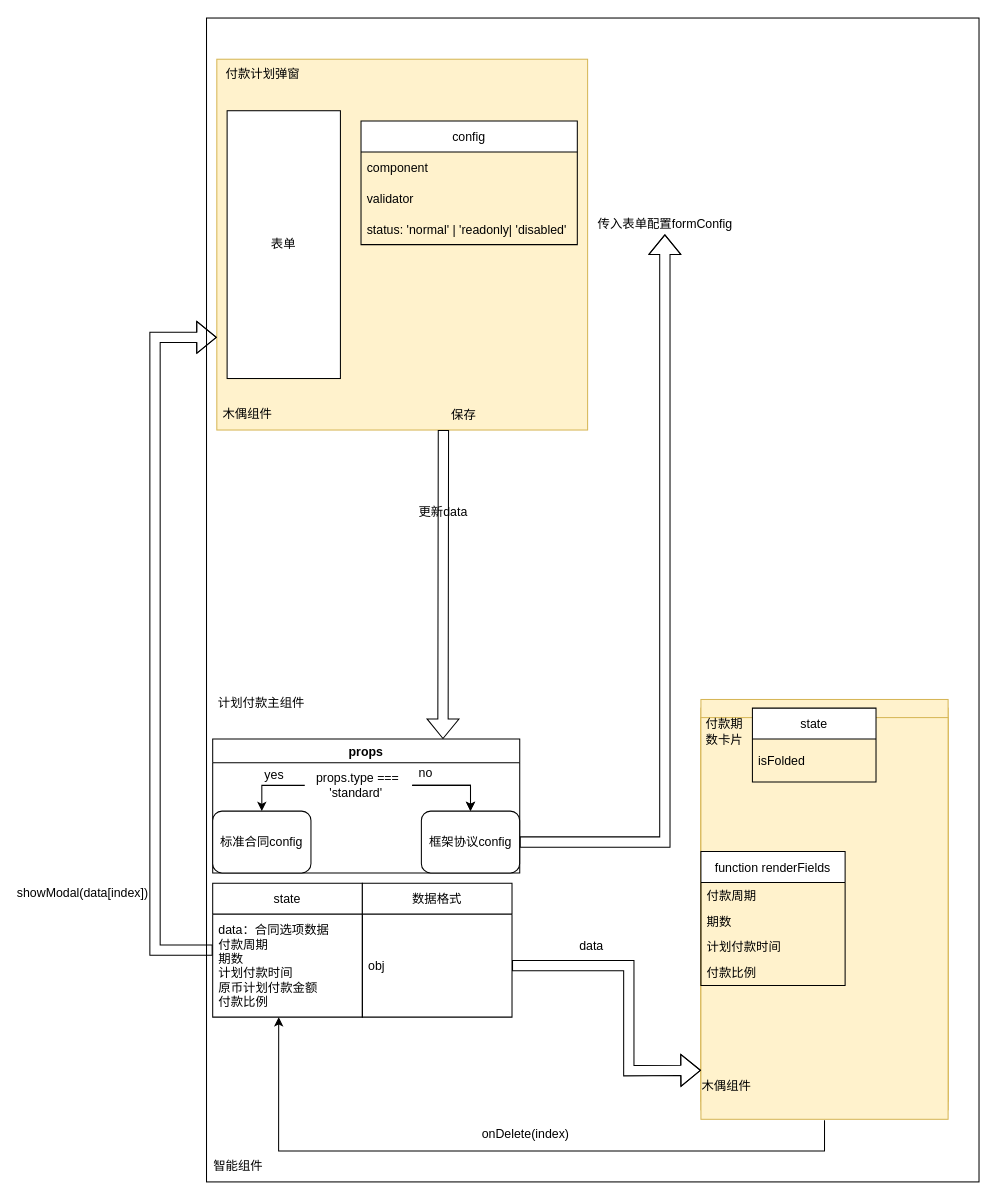
The draw.io diagram Untitled Diagram.drawio in littlelady2015/yctea, before the edit. Source tidied: cells renumbered, new cells numbered last; positions are measured from the earlier drawing's top-left corner, leaving out a move shared by most shapes. Both pictures are drawn from the tidied source at 103%, with x=0, y=0 at pixel (52, 18).
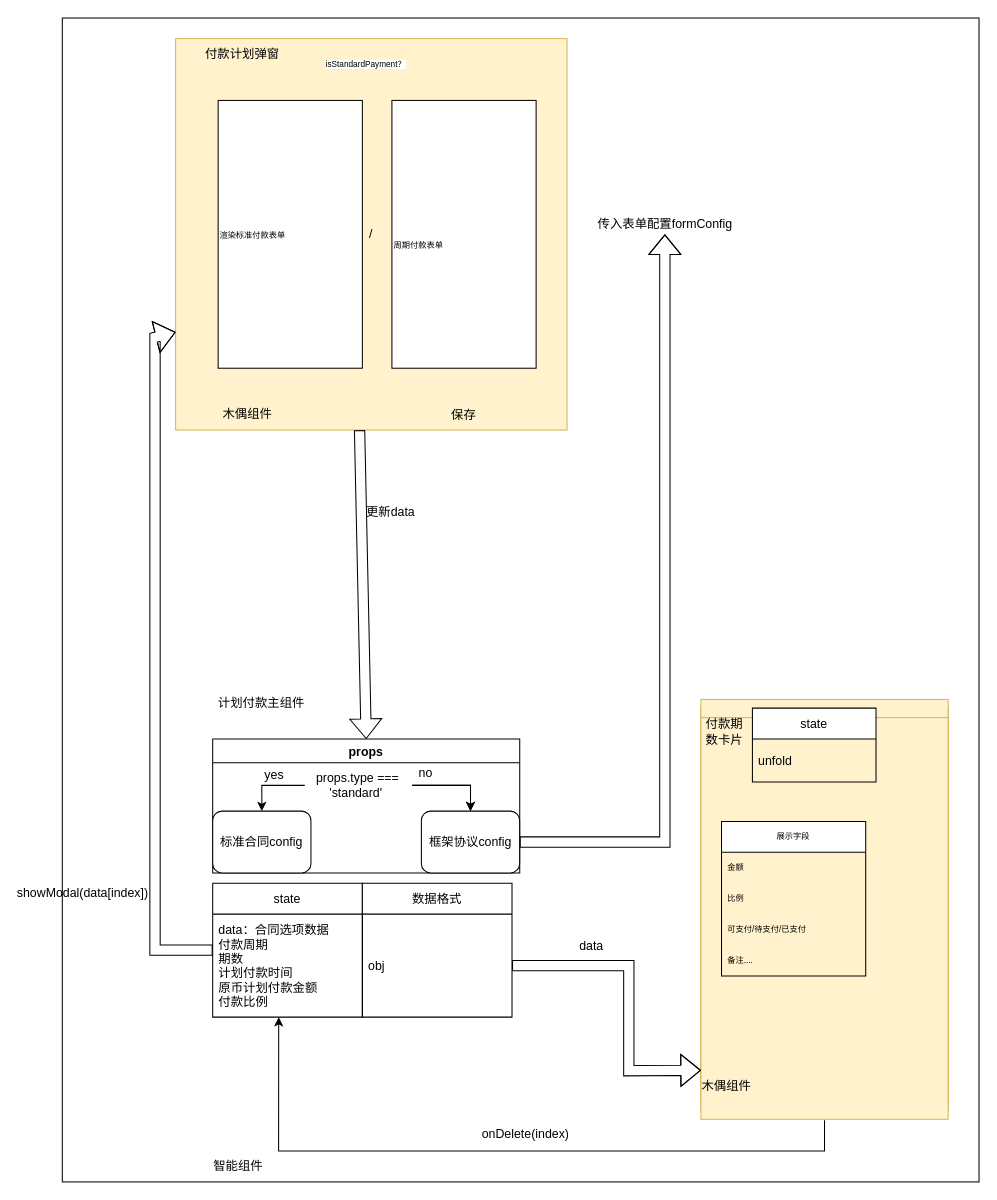
Above is the later version.

The change refers to these unchanged cells:
```xml
<mxCell id="15" style="group;fillColor=#fff2cc;strokeColor=#d6b656;" parent="14" vertex="1">
  <mxGeometry y="-8.4" width="240" height="390" as="geometry" />
</mxCell>
<mxCell id="23" value="state" style="swimlane;fontStyle=0;horizontal=1;startSize=30;" parent="15" vertex="1">
  <mxGeometry x="50" y="8.4" width="120" height="71.8" as="geometry" />
</mxCell>
<mxCell id="30" value="props" style="swimlane;" parent="1" vertex="1">
  <mxGeometry x="156" y="700" width="298.1" height="130" as="geometry" />
</mxCell>
```

Change to the diagram source:
```diff
@@
     <mxCell id="2" style="rounded=0;whiteSpace=wrap;html=1;fontColor=default;" parent="1" vertex="1">
-      <mxGeometry x="150" width="750" height="1130" as="geometry" />
+      <mxGeometry x="10" width="890" height="1130" as="geometry" />
     </mxCell>
-    <mxCell id="3" style="whiteSpace=wrap;html=1;fillColor=#fff2cc;strokeColor=#d6b656;" parent="1" vertex="1">
-      <mxGeometry x="160" y="40" width="360" height="360" as="geometry" />
+    <mxCell id="3" value="/" style="whiteSpace=wrap;html=1;fillColor=#fff2cc;strokeColor=#d6b656;" parent="1" vertex="1">
+      <mxGeometry x="120" y="20" width="380" height="380" as="geometry" />
     </mxCell>
     <mxCell id="4" value="付款计划弹窗" style="text;html=1;strokeColor=none;fillColor=none;align=center;verticalAlign=middle;whiteSpace=wrap;rounded=0;" parent="1" vertex="1">
-      <mxGeometry x="160" y="40" width="90" height="30" as="geometry" />
+      <mxGeometry x="140" y="20" width="90" height="30" as="geometry" />
     </mxCell>
@@
-    <mxCell id="6" value="config" style="swimlane;fontStyle=0;horizontal=1;startSize=30;" parent="1" vertex="1">
-      <mxGeometry x="300" y="100" width="210" height="120" as="geometry" />
-    </mxCell>
-    <mxCell id="7" value="component" style="text;strokeColor=none;fillColor=none;align=left;verticalAlign=middle;spacingLeft=4;spacingRight=4;overflow=hidden;" parent="6" vertex="1">
-      <mxGeometry y="30" width="210" height="30" as="geometry" />
-    </mxCell>
-    <mxCell id="8" value="validator" style="text;strokeColor=none;fillColor=none;align=left;verticalAlign=middle;spacingLeft=4;spacingRight=4;overflow=hidden;" parent="6" vertex="1">
-      <mxGeometry y="60" width="210" height="30" as="geometry" />
-    </mxCell>
-    <mxCell id="9" value="status: 'normal' | 'readonly| 'disabled'" style="text;strokeColor=none;fillColor=none;align=left;verticalAlign=middle;spacingLeft=4;spacingRight=4;overflow=hidden;" parent="6" vertex="1">
-      <mxGeometry y="90" width="210" height="30" as="geometry" />
-    </mxCell>
@@
     <mxCell id="11" value="更新data" style="text;html=1;strokeColor=none;fillColor=none;align=center;verticalAlign=middle;whiteSpace=wrap;rounded=0;" parent="1" vertex="1">
-      <mxGeometry x="350" y="400" width="60" height="160" as="geometry" />
+      <mxGeometry x="298.6" y="400" width="60" height="160" as="geometry" />
     </mxCell>
-    <mxCell id="12" value="表单" style="rounded=0;whiteSpace=wrap;html=1;" parent="1" vertex="1">
-      <mxGeometry x="170" y="90" width="110" height="260" as="geometry" />
+    <mxCell id="12" value="&lt;div style=&quot;line-height: 18px&quot;&gt;&lt;font style=&quot;font-size: 8px ; background-color: rgb(255 , 255 , 255)&quot;&gt;渲染标准付款表单&lt;/font&gt;&lt;/div&gt;" style="rounded=0;whiteSpace=wrap;html=1;align=left;" parent="1" vertex="1">
+      <mxGeometry x="161.3" y="80" width="140" height="260" as="geometry" />
     </mxCell>
@@
-    <mxCell id="18" value="function renderFields" style="swimlane;fontStyle=0;horizontal=1;startSize=30;" parent="15" vertex="1">
-      <mxGeometry y="147.6" width="140" height="130" as="geometry" />
-    </mxCell>
-    <mxCell id="19" value="付款周期" style="text;strokeColor=none;fillColor=none;align=left;verticalAlign=middle;spacingLeft=4;spacingRight=4;overflow=hidden;" parent="18" vertex="1">
-      <mxGeometry y="30" width="140" height="26" as="geometry" />
-    </mxCell>
-    <mxCell id="20" value="期数" style="text;strokeColor=none;fillColor=none;align=left;verticalAlign=middle;spacingLeft=4;spacingRight=4;overflow=hidden;" parent="18" vertex="1">
-      <mxGeometry y="56" width="140" height="24" as="geometry" />
-    </mxCell>
-    <mxCell id="21" value="计划付款时间" style="text;strokeColor=none;fillColor=none;align=left;verticalAlign=middle;spacingLeft=4;spacingRight=4;overflow=hidden;" parent="18" vertex="1">
-      <mxGeometry y="80" width="140" height="25" as="geometry" />
-    </mxCell>
-    <mxCell id="22" value="付款比例" style="text;strokeColor=none;fillColor=none;align=left;verticalAlign=middle;spacingLeft=4;spacingRight=4;overflow=hidden;" parent="18" vertex="1">
-      <mxGeometry y="105" width="140" height="25" as="geometry" />
-    </mxCell>
@@
-    <mxCell id="24" value="isFolded" style="text;strokeColor=none;fillColor=none;align=left;verticalAlign=middle;spacingLeft=4;spacingRight=4;overflow=hidden;" parent="23" vertex="1">
+    <mxCell id="24" value="unfold" style="text;strokeColor=none;fillColor=none;align=left;verticalAlign=middle;spacingLeft=4;spacingRight=4;overflow=hidden;" parent="23" vertex="1">
       <mxGeometry y="30" width="120" height="41.8" as="geometry" />
     </mxCell>
+    <mxCell id="49" value="展示字段" style="swimlane;fontStyle=0;horizontal=1;startSize=30;labelBackgroundColor=none;fontFamily=Helvetica;fontSize=8;fontColor=#000000;" parent="15" vertex="1">
+      <mxGeometry x="20" y="118.4" width="140" height="150" as="geometry" />
+    </mxCell>
+    <mxCell id="50" value="金额" style="text;strokeColor=none;fillColor=none;align=left;verticalAlign=middle;spacingLeft=4;spacingRight=4;overflow=hidden;labelBackgroundColor=none;fontFamily=Helvetica;fontSize=8;fontColor=#000000;" parent="49" vertex="1">
+      <mxGeometry y="30" width="140" height="30" as="geometry" />
+    </mxCell>
+    <mxCell id="51" value="比例" style="text;strokeColor=none;fillColor=none;align=left;verticalAlign=middle;spacingLeft=4;spacingRight=4;overflow=hidden;labelBackgroundColor=none;fontFamily=Helvetica;fontSize=8;fontColor=#000000;" parent="49" vertex="1">
+      <mxGeometry y="60" width="140" height="30" as="geometry" />
+    </mxCell>
+    <mxCell id="52" value="可支付/待支付/已支付" style="text;strokeColor=none;fillColor=none;align=left;verticalAlign=middle;spacingLeft=4;spacingRight=4;overflow=hidden;labelBackgroundColor=none;fontFamily=Helvetica;fontSize=8;fontColor=#000000;" parent="49" vertex="1">
+      <mxGeometry y="90" width="140" height="30" as="geometry" />
+    </mxCell>
+    <mxCell id="53" value="备注...." style="text;strokeColor=none;fillColor=none;align=left;verticalAlign=middle;spacingLeft=4;spacingRight=4;overflow=hidden;labelBackgroundColor=none;fontFamily=Helvetica;fontSize=8;fontColor=#000000;" parent="49" vertex="1">
+      <mxGeometry y="120" width="140" height="30" as="geometry" />
+    </mxCell>
@@
-    <mxCell id="26" style="shape=flexArrow;endArrow=classic;html=1;rounded=0;exitX=0.5;exitY=0;exitDx=0;exitDy=0;entryX=0.75;entryY=0;entryDx=0;entryDy=0;" parent="1" edge="1" source="11" target="30">
+    <mxCell id="26" style="shape=flexArrow;endArrow=classic;html=1;rounded=0;exitX=0;exitY=0;exitDx=0;exitDy=0;entryX=0.5;entryY=0;entryDx=0;entryDy=0;" parent="1" edge="1" source="11" target="30">
       <mxGeometry relative="1" as="geometry" />
     </mxCell>
@@
+    <mxCell id="54" value="&lt;div style=&quot;line-height: 18px&quot;&gt;&lt;font style=&quot;font-size: 8px ; background-color: rgb(255 , 255 , 255)&quot;&gt;&lt;br&gt;周期付款表单&lt;/font&gt;&lt;/div&gt;" style="rounded=0;whiteSpace=wrap;html=1;align=left;" parent="1" vertex="1">
+      <mxGeometry x="330" y="80" width="140" height="260" as="geometry" />
+    </mxCell>
+    <mxCell id="55" value="&lt;span style=&quot;text-align: left&quot;&gt;isStandardPayment？&lt;/span&gt;" style="text;html=1;strokeColor=none;fillColor=none;align=center;verticalAlign=middle;whiteSpace=wrap;rounded=0;labelBackgroundColor=#FFFFFF;fontFamily=Helvetica;fontSize=8;fontColor=#000000;" parent="1" vertex="1">
+      <mxGeometry x="275" y="30" width="60" height="30" as="geometry" />
+    </mxCell>
```
